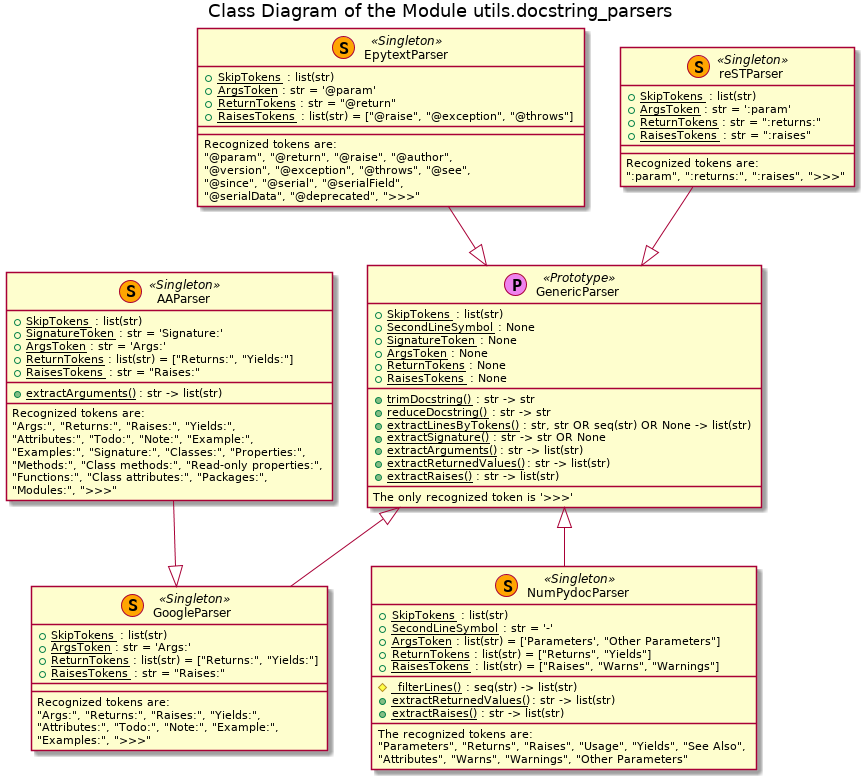
Earlier version of the PlantUML export Docs/UML/utils/docstring_parsers_py/docstring_parsers Classes.png (FooBarShebang/pos).
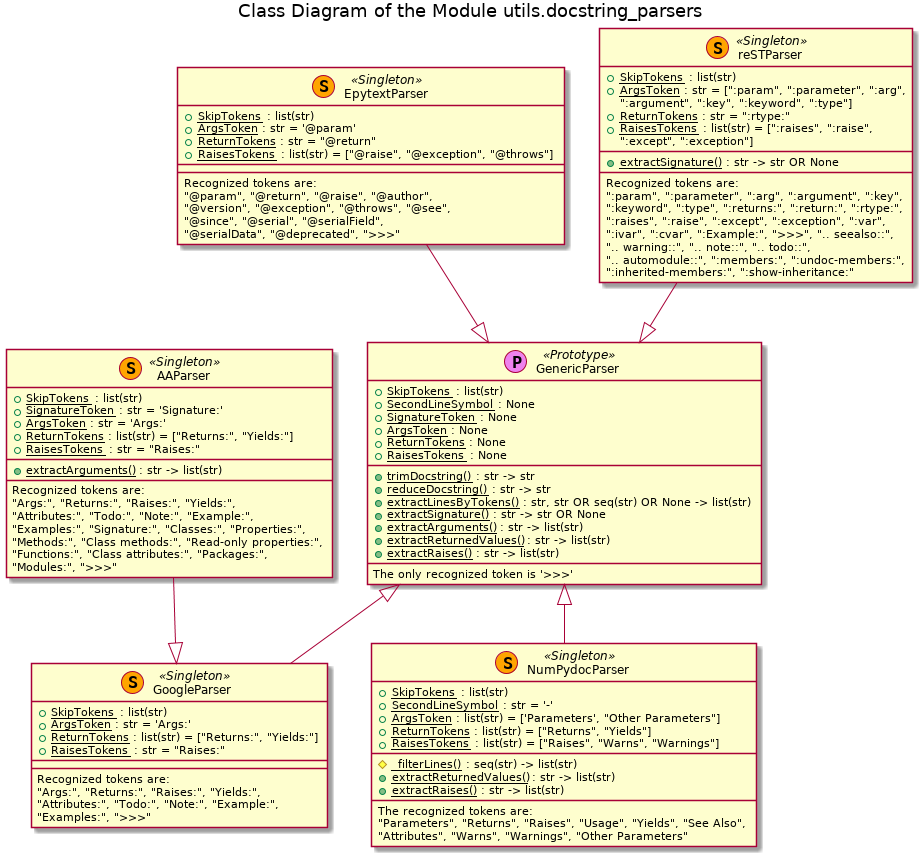
Later version of the same file.

Change to the diagram source:
```diff
@@ -57,13 +57,22 @@
 
 class reSTParser <<(S, orange) Singleton>> {
     + {field} <u>SkipTokens</u> : list(str)
-    + {field} <u>ArgsToken</u> : str = ':param'
-    + {field} <u>ReturnTokens</u> : str = ":returns:"
-    + {field} <u>RaisesTokens</u> : str = ":raises"
+    + {field} <u>ArgsToken</u> : str = [":param", ":parameter", ":arg",
+    ":argument", ":key", ":keyword", ":type"]
+    + {field} <u>ReturnTokens</u> : str = ":rtype:"
+    + {field} <u>RaisesTokens</u> : list(str) = [":raises", ":raise",
+    ":except", ":exception"]
     __
+    + <u>extractSignature()</u> : str -> str OR None
     __
     Recognized tokens are:
-    ":param", ":returns:", ":raises", ">>>"
+    ":param", ":parameter", ":arg", ":argument", ":key",
+    ":keyword", ":type", ":returns:", ":return:", ":rtype:",
+    ":raises", ":raise", ":except", ":exception", ":var",
+    ":ivar", ":cvar", ":Example:", ">>>", ".. seealso::",
+    ".. warning::", ".. note::", ".. todo::",
+    ".. automodule::", ":members:", ":undoc-members:",
+    ":inherited-members:", ":show-inheritance:"
 }
 
 
```
